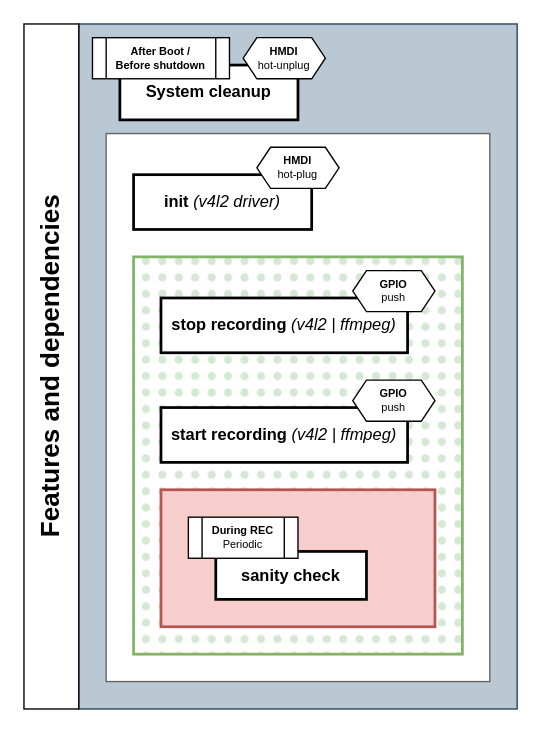
The draw.io diagram page "system-behavior" (3 of 12) of docs/arch/arch.drawio in repeact/embedded-sw, before the edit. Source tidied: cells renumbered, new cells numbered last; positions are measured from the earlier drawing's top-left corner, leaving out a move shared by most shapes. Both pictures are drawn from the tidied source at 137%, with x=0, y=0 at pixel (23, 23).
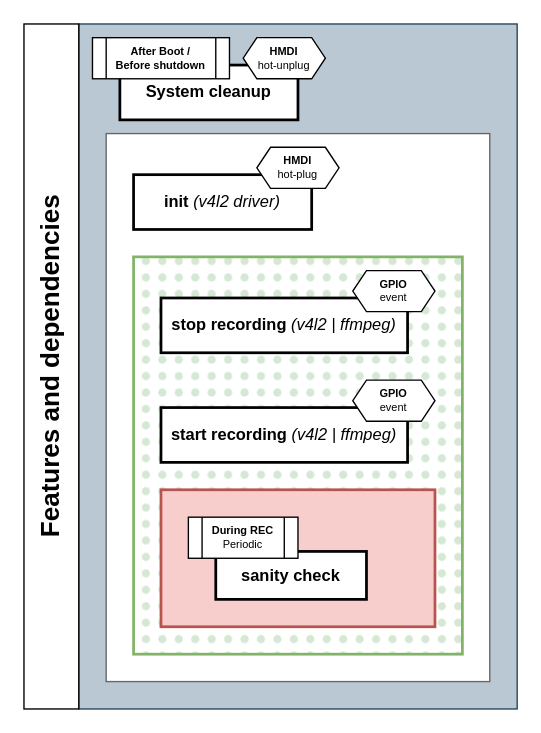
The same page after the edit.

Commit message (it also covers changes not shown here):
docs(arch): normalize GPIO events

Unchanged cells that the change refers to:
```xml
<mxCell id="12" style="group;" parent="1" vertex="1">
  <mxGeometry x="100" y="180" width="200" height="60" as="geometry" />
</mxCell>
<mxCell id="15" style="group;" parent="1" vertex="1">
  <mxGeometry x="100" y="260" width="200" height="60" as="geometry" />
</mxCell>
```

What changed in the source:
```diff
@@
-    <mxCell id="14" value="&lt;b&gt;GPIO&lt;/b&gt;&lt;div&gt;push&lt;/div&gt;" style="shape=hexagon;perimeter=hexagonPerimeter2;whiteSpace=wrap;html=1;fixedSize=1;size=10;strokeWidth=1;fontSize=8;" parent="12" vertex="1">
+    <mxCell id="14" value="&lt;b&gt;GPIO&lt;/b&gt;&lt;div&gt;event&lt;/div&gt;" style="shape=hexagon;perimeter=hexagonPerimeter2;whiteSpace=wrap;html=1;fixedSize=1;size=10;strokeWidth=1;fontSize=8;" parent="12" vertex="1">
       <mxGeometry x="140" width="60" height="30" as="geometry" />
     </mxCell>
@@
-    <mxCell id="17" value="&lt;b&gt;GPIO&lt;/b&gt;&lt;div&gt;push&lt;/div&gt;" style="shape=hexagon;perimeter=hexagonPerimeter2;whiteSpace=wrap;html=1;fixedSize=1;size=10;strokeWidth=1;fontSize=8;" parent="15" vertex="1">
+    <mxCell id="17" value="&lt;b&gt;GPIO&lt;/b&gt;&lt;div&gt;event&lt;/div&gt;" style="shape=hexagon;perimeter=hexagonPerimeter2;whiteSpace=wrap;html=1;fixedSize=1;size=10;strokeWidth=1;fontSize=8;" parent="15" vertex="1">
       <mxGeometry x="140" width="60" height="30" as="geometry" />
     </mxCell>
```
